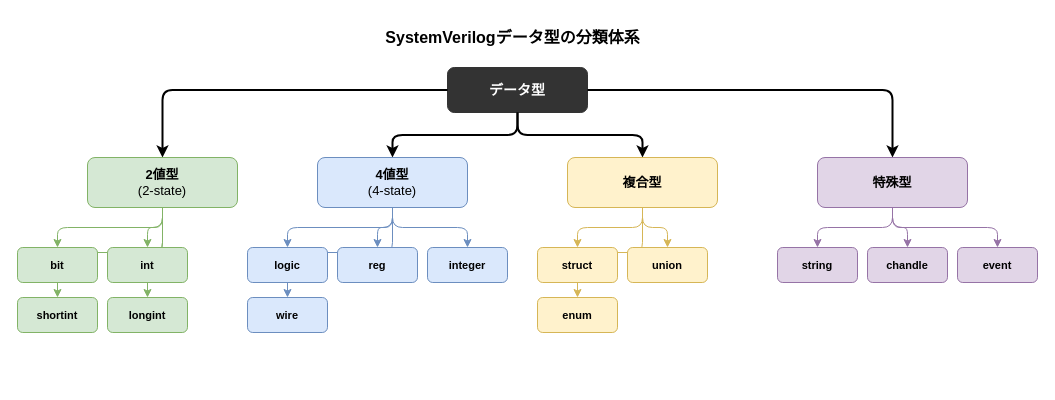
The draw.io diagram images/systemverilog-guidebook/ch03_type_hierarchy.drawio in aquaxis/webdoc, before the edit. Source tidied: cells renumbered, new cells numbered last; positions are measured from the earlier drawing's top-left corner, leaving out a move shared by most shapes. Both pictures are drawn from the tidied source at 100%, with x=0, y=0 at pixel (17, 17).
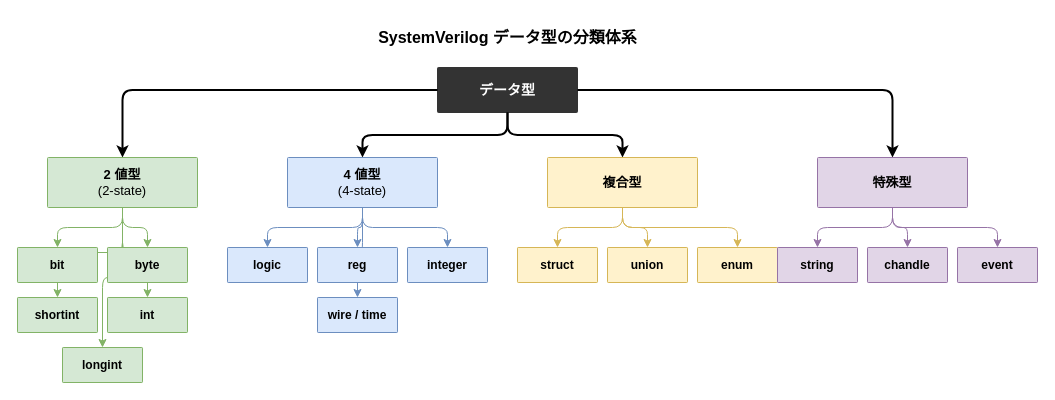
The same diagram, later.

Change to the diagram source:
```diff
@@
-    <mxCell id="2" value="&lt;b&gt;SystemVerilogデータ型の分類体系&lt;/b&gt;" style="text;html=1;align=center;verticalAlign=middle;strokeColor=none;fillColor=none;fontSize=16;" parent="1" vertex="1">
-      <mxGeometry x="340" width="310" height="40" as="geometry" />
+    <mxCell id="2" value="&lt;b&gt;SystemVerilog データ型の分類体系&lt;/b&gt;" style="text;html=1;align=center;verticalAlign=middle;strokeColor=none;fillColor=none;fontSize=16;" parent="1" vertex="1">
+      <mxGeometry x="320" width="340" height="40" as="geometry" />
     </mxCell>
-    <mxCell id="3" value="&lt;b&gt;データ型&lt;/b&gt;" style="rounded=1;whiteSpace=wrap;html=1;fillColor=#333333;strokeColor=#333333;fontColor=#ffffff;fontSize=14;" parent="1" vertex="1">
-      <mxGeometry x="430" y="50" width="140" height="45" as="geometry" />
+    <mxCell id="3" value="&lt;b&gt;データ型&lt;/b&gt;" style="rounded=1;arcSize=2;whiteSpace=wrap;html=1;fillColor=#333333;strokeColor=#333333;fontColor=#ffffff;fontSize=14;" parent="1" vertex="1">
+      <mxGeometry x="420" y="50" width="140" height="45" as="geometry" />
     </mxCell>
@@
-    <mxCell id="5" value="&lt;b&gt;2値型&lt;/b&gt;&lt;br&gt;(2-state)" style="rounded=1;whiteSpace=wrap;html=1;fillColor=#d5e8d4;strokeColor=#82b366;fontSize=13;" parent="1" vertex="1">
-      <mxGeometry x="70" y="140" width="150" height="50" as="geometry" />
+    <mxCell id="5" value="&lt;b&gt;2 値型&lt;/b&gt;&lt;br&gt;(2-state)" style="rounded=1;arcSize=2;whiteSpace=wrap;html=1;fillColor=#d5e8d4;strokeColor=#82b366;fontSize=13;" parent="1" vertex="1">
+      <mxGeometry x="30" y="140" width="150" height="50" as="geometry" />
     </mxCell>
@@
+    <mxCell id="40" style="edgeStyle=orthogonalEdgeStyle;strokeWidth=1;strokeColor=#82b366;" parent="1" edge="1" source="5" target="41">
+      <mxGeometry relative="1" as="geometry" />
+    </mxCell>
-    <mxCell id="10" value="&lt;b&gt;bit&lt;/b&gt;" style="rounded=1;whiteSpace=wrap;html=1;fillColor=#d5e8d4;strokeColor=#82b366;fontSize=11;" parent="1" vertex="1">
+    <mxCell id="10" value="&lt;b&gt;bit&lt;/b&gt;" style="rounded=1;arcSize=2;whiteSpace=wrap;html=1;fillColor=#d5e8d4;strokeColor=#82b366;fontSize=12;" parent="1" vertex="1">
       <mxGeometry y="230" width="80" height="35" as="geometry" />
     </mxCell>
-    <mxCell id="11" value="&lt;b&gt;int&lt;/b&gt;" style="rounded=1;whiteSpace=wrap;html=1;fillColor=#d5e8d4;strokeColor=#82b366;fontSize=11;" parent="1" vertex="1">
+    <mxCell id="11" value="&lt;b&gt;byte&lt;/b&gt;" style="rounded=1;arcSize=2;whiteSpace=wrap;html=1;fillColor=#d5e8d4;strokeColor=#82b366;fontSize=12;" parent="1" vertex="1">
       <mxGeometry x="90" y="230" width="80" height="35" as="geometry" />
     </mxCell>
-    <mxCell id="12" value="&lt;b&gt;shortint&lt;/b&gt;" style="rounded=1;whiteSpace=wrap;html=1;fillColor=#d5e8d4;strokeColor=#82b366;fontSize=11;" parent="1" vertex="1">
+    <mxCell id="12" value="&lt;b&gt;shortint&lt;/b&gt;" style="rounded=1;arcSize=2;whiteSpace=wrap;html=1;fillColor=#d5e8d4;strokeColor=#82b366;fontSize=12;" parent="1" vertex="1">
       <mxGeometry y="280" width="80" height="35" as="geometry" />
     </mxCell>
-    <mxCell id="13" value="&lt;b&gt;longint&lt;/b&gt;" style="rounded=1;whiteSpace=wrap;html=1;fillColor=#d5e8d4;strokeColor=#82b366;fontSize=11;" parent="1" vertex="1">
+    <mxCell id="13" value="&lt;b&gt;int&lt;/b&gt;" style="rounded=1;arcSize=2;whiteSpace=wrap;html=1;fillColor=#d5e8d4;strokeColor=#82b366;fontSize=12;" parent="1" vertex="1">
       <mxGeometry x="90" y="280" width="80" height="35" as="geometry" />
     </mxCell>
+    <mxCell id="41" value="&lt;b&gt;longint&lt;/b&gt;" style="rounded=1;arcSize=2;whiteSpace=wrap;html=1;fillColor=#d5e8d4;strokeColor=#82b366;fontSize=12;" parent="1" vertex="1">
+      <mxGeometry x="45" y="330" width="80" height="35" as="geometry" />
+    </mxCell>
@@
-    <mxCell id="15" value="&lt;b&gt;4値型&lt;/b&gt;&lt;br&gt;(4-state)" style="rounded=1;whiteSpace=wrap;html=1;fillColor=#dae8fc;strokeColor=#6c8ebf;fontSize=13;" parent="1" vertex="1">
-      <mxGeometry x="300" y="140" width="150" height="50" as="geometry" />
+    <mxCell id="15" value="&lt;b&gt;4 値型&lt;/b&gt;&lt;br&gt;(4-state)" style="rounded=1;arcSize=2;whiteSpace=wrap;html=1;fillColor=#dae8fc;strokeColor=#6c8ebf;fontSize=13;" parent="1" vertex="1">
+      <mxGeometry x="270" y="140" width="150" height="50" as="geometry" />
     </mxCell>
@@
-    <mxCell id="20" value="&lt;b&gt;logic&lt;/b&gt;" style="rounded=1;whiteSpace=wrap;html=1;fillColor=#dae8fc;strokeColor=#6c8ebf;fontSize=11;" parent="1" vertex="1">
-      <mxGeometry x="230" y="230" width="80" height="35" as="geometry" />
+    <mxCell id="20" value="&lt;b&gt;logic&lt;/b&gt;" style="rounded=1;arcSize=2;whiteSpace=wrap;html=1;fillColor=#dae8fc;strokeColor=#6c8ebf;fontSize=12;" parent="1" vertex="1">
+      <mxGeometry x="210" y="230" width="80" height="35" as="geometry" />
     </mxCell>
-    <mxCell id="21" value="&lt;b&gt;reg&lt;/b&gt;" style="rounded=1;whiteSpace=wrap;html=1;fillColor=#dae8fc;strokeColor=#6c8ebf;fontSize=11;" parent="1" vertex="1">
-      <mxGeometry x="320" y="230" width="80" height="35" as="geometry" />
+    <mxCell id="21" value="&lt;b&gt;reg&lt;/b&gt;" style="rounded=1;arcSize=2;whiteSpace=wrap;html=1;fillColor=#dae8fc;strokeColor=#6c8ebf;fontSize=12;" parent="1" vertex="1">
+      <mxGeometry x="300" y="230" width="80" height="35" as="geometry" />
     </mxCell>
-    <mxCell id="22" value="&lt;b&gt;integer&lt;/b&gt;" style="rounded=1;whiteSpace=wrap;html=1;fillColor=#dae8fc;strokeColor=#6c8ebf;fontSize=11;" parent="1" vertex="1">
-      <mxGeometry x="410" y="230" width="80" height="35" as="geometry" />
+    <mxCell id="22" value="&lt;b&gt;integer&lt;/b&gt;" style="rounded=1;arcSize=2;whiteSpace=wrap;html=1;fillColor=#dae8fc;strokeColor=#6c8ebf;fontSize=12;" parent="1" vertex="1">
+      <mxGeometry x="390" y="230" width="80" height="35" as="geometry" />
     </mxCell>
-    <mxCell id="23" value="&lt;b&gt;wire&lt;/b&gt;" style="rounded=1;whiteSpace=wrap;html=1;fillColor=#dae8fc;strokeColor=#6c8ebf;fontSize=11;" parent="1" vertex="1">
-      <mxGeometry x="230" y="280" width="80" height="35" as="geometry" />
+    <mxCell id="23" value="&lt;b&gt;wire / time&lt;/b&gt;" style="rounded=1;arcSize=2;whiteSpace=wrap;html=1;fillColor=#dae8fc;strokeColor=#6c8ebf;fontSize=12;" parent="1" vertex="1">
+      <mxGeometry x="300" y="280" width="80" height="35" as="geometry" />
     </mxCell>
@@
-    <mxCell id="25" value="&lt;b&gt;複合型&lt;/b&gt;" style="rounded=1;whiteSpace=wrap;html=1;fillColor=#fff2cc;strokeColor=#d6b656;fontSize=13;" parent="1" vertex="1">
-      <mxGeometry x="550" y="140" width="150" height="50" as="geometry" />
+    <mxCell id="25" value="&lt;b&gt;複合型&lt;/b&gt;" style="rounded=1;arcSize=2;whiteSpace=wrap;html=1;fillColor=#fff2cc;strokeColor=#d6b656;fontSize=13;" parent="1" vertex="1">
+      <mxGeometry x="530" y="140" width="150" height="50" as="geometry" />
     </mxCell>
@@
-    <mxCell id="29" value="&lt;b&gt;struct&lt;/b&gt;" style="rounded=1;whiteSpace=wrap;html=1;fillColor=#fff2cc;strokeColor=#d6b656;fontSize=11;" parent="1" vertex="1">
-      <mxGeometry x="520" y="230" width="80" height="35" as="geometry" />
+    <mxCell id="29" value="&lt;b&gt;struct&lt;/b&gt;" style="rounded=1;arcSize=2;whiteSpace=wrap;html=1;fillColor=#fff2cc;strokeColor=#d6b656;fontSize=12;" parent="1" vertex="1">
+      <mxGeometry x="500" y="230" width="80" height="35" as="geometry" />
     </mxCell>
-    <mxCell id="30" value="&lt;b&gt;union&lt;/b&gt;" style="rounded=1;whiteSpace=wrap;html=1;fillColor=#fff2cc;strokeColor=#d6b656;fontSize=11;" parent="1" vertex="1">
-      <mxGeometry x="610" y="230" width="80" height="35" as="geometry" />
+    <mxCell id="30" value="&lt;b&gt;union&lt;/b&gt;" style="rounded=1;arcSize=2;whiteSpace=wrap;html=1;fillColor=#fff2cc;strokeColor=#d6b656;fontSize=12;" parent="1" vertex="1">
+      <mxGeometry x="590" y="230" width="80" height="35" as="geometry" />
     </mxCell>
-    <mxCell id="31" value="&lt;b&gt;enum&lt;/b&gt;" style="rounded=1;whiteSpace=wrap;html=1;fillColor=#fff2cc;strokeColor=#d6b656;fontSize=11;" parent="1" vertex="1">
-      <mxGeometry x="520" y="280" width="80" height="35" as="geometry" />
+    <mxCell id="31" value="&lt;b&gt;enum&lt;/b&gt;" style="rounded=1;arcSize=2;whiteSpace=wrap;html=1;fillColor=#fff2cc;strokeColor=#d6b656;fontSize=12;" parent="1" vertex="1">
+      <mxGeometry x="680" y="230" width="80" height="35" as="geometry" />
     </mxCell>
@@
-    <mxCell id="33" value="&lt;b&gt;特殊型&lt;/b&gt;" style="rounded=1;whiteSpace=wrap;html=1;fillColor=#e1d5e7;strokeColor=#9673a6;fontSize=13;" parent="1" vertex="1">
+    <mxCell id="33" value="&lt;b&gt;特殊型&lt;/b&gt;" style="rounded=1;arcSize=2;whiteSpace=wrap;html=1;fillColor=#e1d5e7;strokeColor=#9673a6;fontSize=13;" parent="1" vertex="1">
       <mxGeometry x="800" y="140" width="150" height="50" as="geometry" />
     </mxCell>
@@
-    <mxCell id="37" value="&lt;b&gt;string&lt;/b&gt;" style="rounded=1;whiteSpace=wrap;html=1;fillColor=#e1d5e7;strokeColor=#9673a6;fontSize=11;" parent="1" vertex="1">
+    <mxCell id="37" value="&lt;b&gt;string&lt;/b&gt;" style="rounded=1;arcSize=2;whiteSpace=wrap;html=1;fillColor=#e1d5e7;strokeColor=#9673a6;fontSize=12;" parent="1" vertex="1">
       <mxGeometry x="760" y="230" width="80" height="35" as="geometry" />
     </mxCell>
-    <mxCell id="38" value="&lt;b&gt;chandle&lt;/b&gt;" style="rounded=1;whiteSpace=wrap;html=1;fillColor=#e1d5e7;strokeColor=#9673a6;fontSize=11;" parent="1" vertex="1">
+    <mxCell id="38" value="&lt;b&gt;chandle&lt;/b&gt;" style="rounded=1;arcSize=2;whiteSpace=wrap;html=1;fillColor=#e1d5e7;strokeColor=#9673a6;fontSize=12;" parent="1" vertex="1">
       <mxGeometry x="850" y="230" width="80" height="35" as="geometry" />
     </mxCell>
-    <mxCell id="39" value="&lt;b&gt;event&lt;/b&gt;" style="rounded=1;whiteSpace=wrap;html=1;fillColor=#e1d5e7;strokeColor=#9673a6;fontSize=11;" parent="1" vertex="1">
+    <mxCell id="39" value="&lt;b&gt;event&lt;/b&gt;" style="rounded=1;arcSize=2;whiteSpace=wrap;html=1;fillColor=#e1d5e7;strokeColor=#9673a6;fontSize=12;" parent="1" vertex="1">
       <mxGeometry x="940" y="230" width="80" height="35" as="geometry" />
     </mxCell>
```
